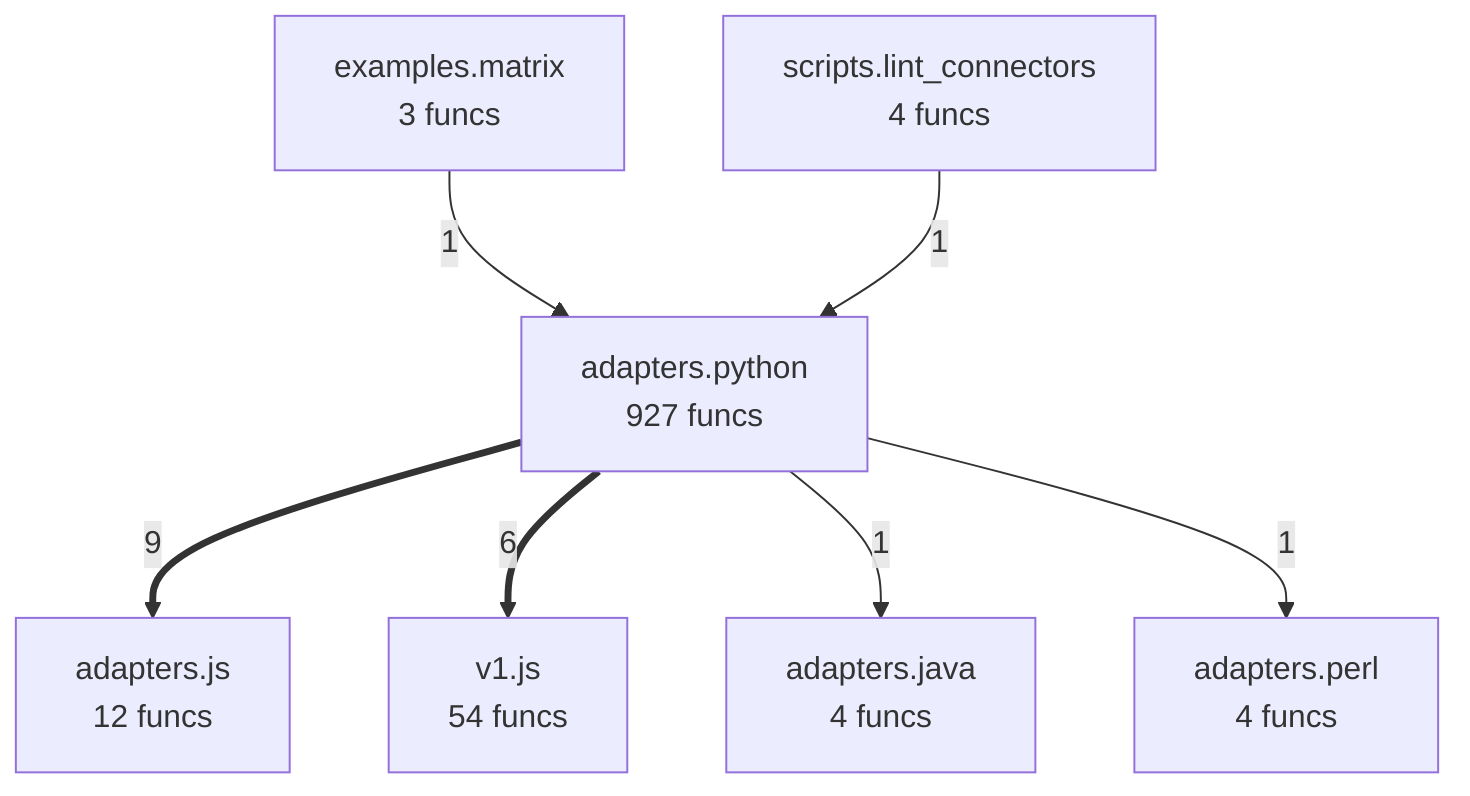
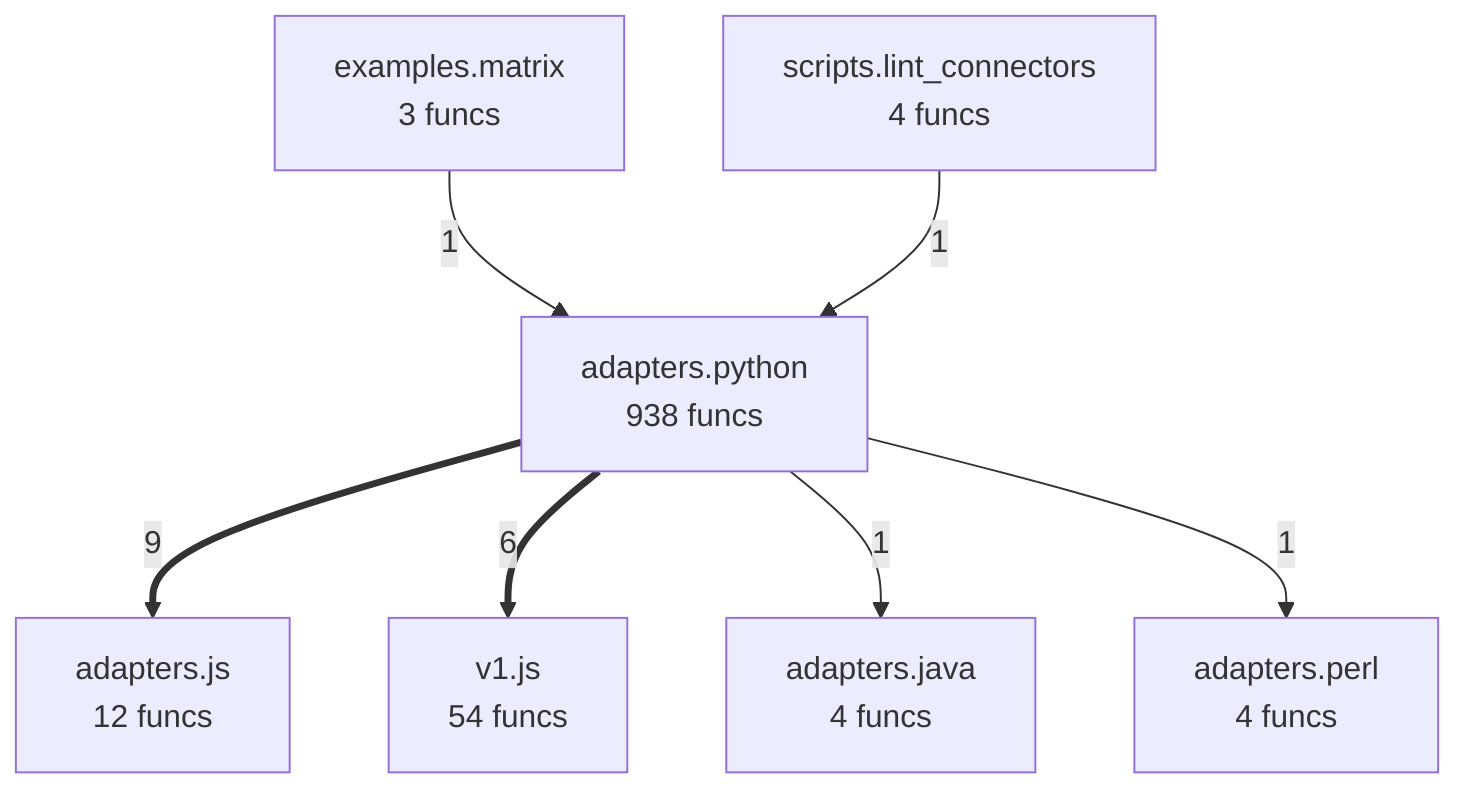
flowchart TD
- %% generated in 0.02s
+ %% generated in 0.03s
    adapters__java["adapters.java<br/>4 funcs"]
    adapters__js["adapters.js<br/>12 funcs"]
    adapters__perl["adapters.perl<br/>4 funcs"]
-     adapters__python["adapters.python<br/>927 funcs"]
+     adapters__python["adapters.python<br/>938 funcs"]
    examples__matrix["examples.matrix<br/>3 funcs"]
    scripts__lint_connectors["scripts.lint_connectors<br/>4 funcs"]
    v1__js["v1.js<br/>54 funcs"]
    adapters__python ==>|9| adapters__js
    adapters__python ==>|6| v1__js
    examples__matrix -->|1| adapters__python
    scripts__lint_connectors -->|1| adapters__python
    adapters__python -->|1| adapters__java
    adapters__python -->|1| adapters__perl
